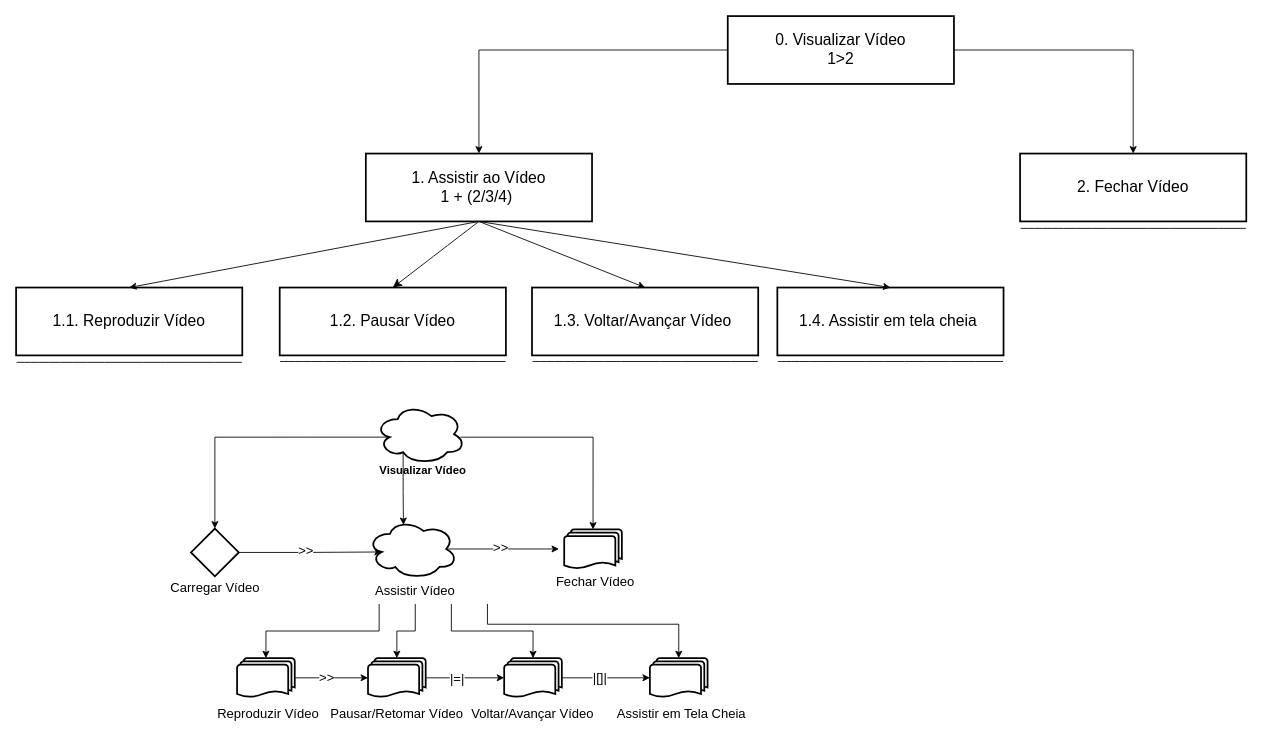
This is Diagramas/Analise-Tarefas/CTT/CTT_T4.drawio from CaueJocs/Projeto-IHC, a draw.io file, before an edit. Source tidied: cells renumbered, new cells numbered last; positions are measured from the earlier drawing's top-left corner, leaving out a move shared by most shapes. Both pictures are drawn from the tidied source at 87%, with x=0, y=0 at pixel (16, 16).
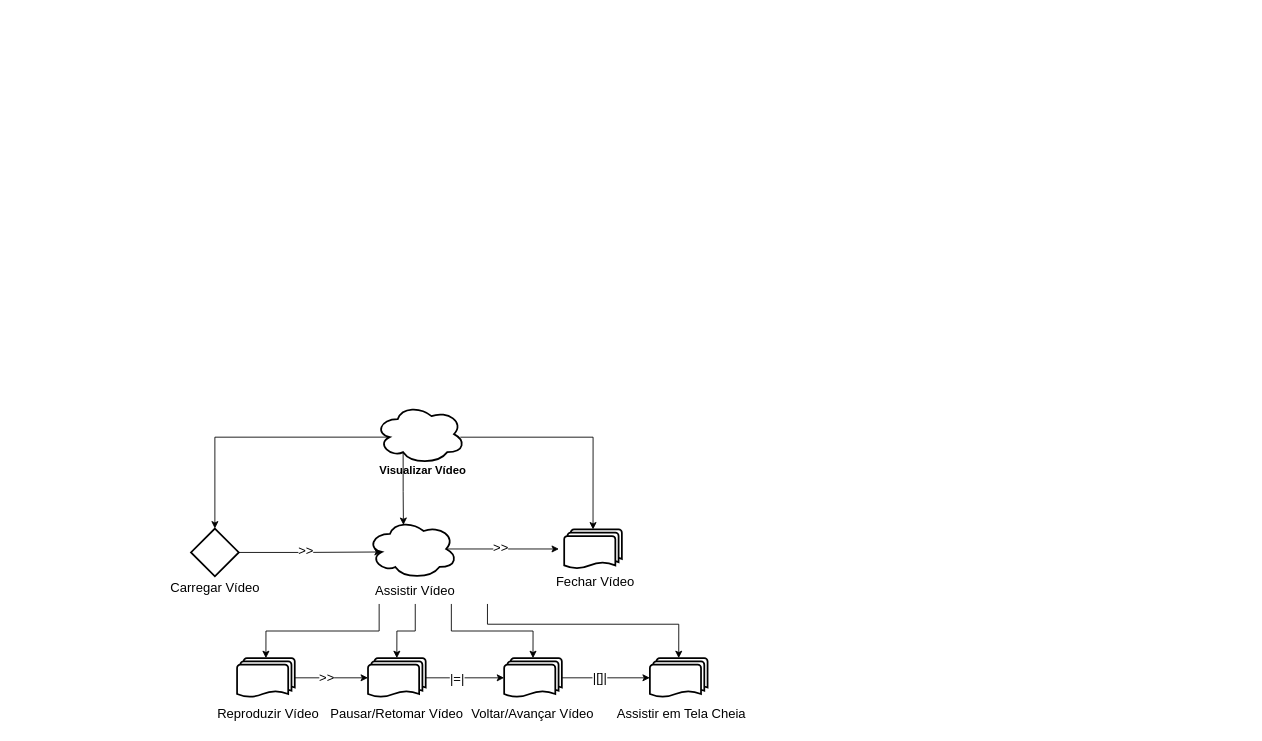
Above is the later version.

Commit message (it also covers changes not shown here):
Alteração no ctt_t4

What changed in the source:
```diff
@@
-    <mxCell id="24" style="edgeStyle=orthogonalEdgeStyle;rounded=0;jettySize=auto;html=1;exitX=1;exitY=0.5;exitDx=0;exitDy=0;entryX=0.5;entryY=0;entryDx=0;entryDy=0;" parent="1" edge="1" source="26" target="33">
-      <mxGeometry relative="1" as="geometry" />
-    </mxCell>
-    <mxCell id="25" style="edgeStyle=orthogonalEdgeStyle;rounded=0;jettySize=auto;html=1;exitX=0;exitY=0.5;exitDx=0;exitDy=0;entryX=0.5;entryY=0;entryDx=0;entryDy=0;" parent="1" edge="1" source="26" target="30">
-      <mxGeometry relative="1" as="geometry" />
-    </mxCell>
-    <mxCell id="26" value="0. Visualizar Vídeo&#10;1&gt;2" style="whiteSpace=wrap;strokeWidth=2;fontSize=18;" parent="1" vertex="1">
-      <mxGeometry x="818" width="260" height="78" as="geometry" />
-    </mxCell>
-    <mxCell id="27" value="1.1. Reproduzir Vídeo" style="whiteSpace=wrap;strokeWidth=2;fontSize=18;" parent="1" vertex="1">
-      <mxGeometry y="312" width="260" height="78" as="geometry" />
-    </mxCell>
-    <mxCell id="28" value="1.2. Pausar Vídeo" style="whiteSpace=wrap;strokeWidth=2;fontSize=18;" parent="1" vertex="1">
-      <mxGeometry x="303" y="312" width="260" height="78" as="geometry" />
-    </mxCell>
-    <mxCell id="29" style="edgeStyle=none;curved=1;rounded=0;jettySize=auto;html=1;exitX=0.5;exitY=1;exitDx=0;exitDy=0;entryX=0.5;entryY=0;entryDx=0;entryDy=0;fontSize=12;startSize=8;endSize=8;" parent="1" edge="1" source="30" target="28">
-      <mxGeometry relative="1" as="geometry" />
-    </mxCell>
-    <mxCell id="30" value="1. Assistir ao Vídeo&#10;1 + (2/3/4) " style="whiteSpace=wrap;strokeWidth=2;fontSize=18;" parent="1" vertex="1">
-      <mxGeometry x="402" y="158" width="260" height="78" as="geometry" />
-    </mxCell>
-    <mxCell id="31" style="endArrow=none;html=1;rounded=0;fontSize=12;startSize=8;endSize=8;curved=1;" parent="1" edge="1">
-      <mxGeometry relative="1" as="geometry">
-        <mxPoint x="0.5" y="398" as="sourcePoint" />
-        <mxPoint x="259.5" y="398" as="targetPoint" />
-      </mxGeometry>
-    </mxCell>
-    <mxCell id="32" style="endArrow=none;html=1;rounded=0;fontSize=12;startSize=8;endSize=8;curved=1;" parent="1" edge="1">
-      <mxGeometry relative="1" as="geometry">
-        <mxPoint x="303.5" y="397" as="sourcePoint" />
-        <mxPoint x="562.5" y="397" as="targetPoint" />
-      </mxGeometry>
-    </mxCell>
-    <mxCell id="33" value="2. Fechar Vídeo" style="whiteSpace=wrap;strokeWidth=2;fontSize=18;" parent="1" vertex="1">
-      <mxGeometry x="1154" y="158" width="260" height="78" as="geometry" />
-    </mxCell>
-    <mxCell id="34" value="1.3. Voltar/Avançar Vídeo " style="whiteSpace=wrap;strokeWidth=2;fontSize=18;" parent="1" vertex="1">
-      <mxGeometry x="593" y="312" width="260" height="78" as="geometry" />
-    </mxCell>
-    <mxCell id="35" style="endArrow=none;html=1;rounded=0;fontSize=12;startSize=8;endSize=8;curved=1;" parent="1" edge="1">
-      <mxGeometry relative="1" as="geometry">
-        <mxPoint x="593.5" y="397" as="sourcePoint" />
-        <mxPoint x="852.5" y="397" as="targetPoint" />
-      </mxGeometry>
-    </mxCell>
-    <mxCell id="36" value="1.4. Assistir em tela cheia " style="whiteSpace=wrap;strokeWidth=2;fontSize=18;" parent="1" vertex="1">
-      <mxGeometry x="875" y="312" width="260" height="78" as="geometry" />
-    </mxCell>
-    <mxCell id="37" style="endArrow=none;html=1;rounded=0;fontSize=12;startSize=8;endSize=8;curved=1;" parent="1" edge="1">
-      <mxGeometry relative="1" as="geometry">
-        <mxPoint x="875.5" y="397" as="sourcePoint" />
-        <mxPoint x="1134.5" y="397" as="targetPoint" />
-      </mxGeometry>
-    </mxCell>
-    <mxCell id="38" style="endArrow=classic;html=1;rounded=0;exitX=0.5;exitY=1;exitDx=0;exitDy=0;entryX=0.5;entryY=0;entryDx=0;entryDy=0;" parent="1" edge="1" source="30" target="34">
-      <mxGeometry relative="1" as="geometry" />
-    </mxCell>
-    <mxCell id="39" style="endArrow=classic;html=1;rounded=0;exitX=0.5;exitY=1;exitDx=0;exitDy=0;entryX=0.5;entryY=0;entryDx=0;entryDy=0;" parent="1" edge="1" source="30" target="36">
-      <mxGeometry relative="1" as="geometry" />
-    </mxCell>
-    <mxCell id="40" style="endArrow=classic;html=1;rounded=0;exitX=0.5;exitY=1;exitDx=0;exitDy=0;entryX=0.5;entryY=0;entryDx=0;entryDy=0;" parent="1" edge="1" source="30" target="27">
-      <mxGeometry relative="1" as="geometry" />
-    </mxCell>
-    <mxCell id="41" style="endArrow=none;html=1;rounded=0;fontSize=12;startSize=8;endSize=8;curved=1;" parent="1" edge="1">
-      <mxGeometry relative="1" as="geometry">
-        <mxPoint x="1154.5" y="244" as="sourcePoint" />
-        <mxPoint x="1413.5" y="244" as="targetPoint" />
-      </mxGeometry>
-    </mxCell>
```
